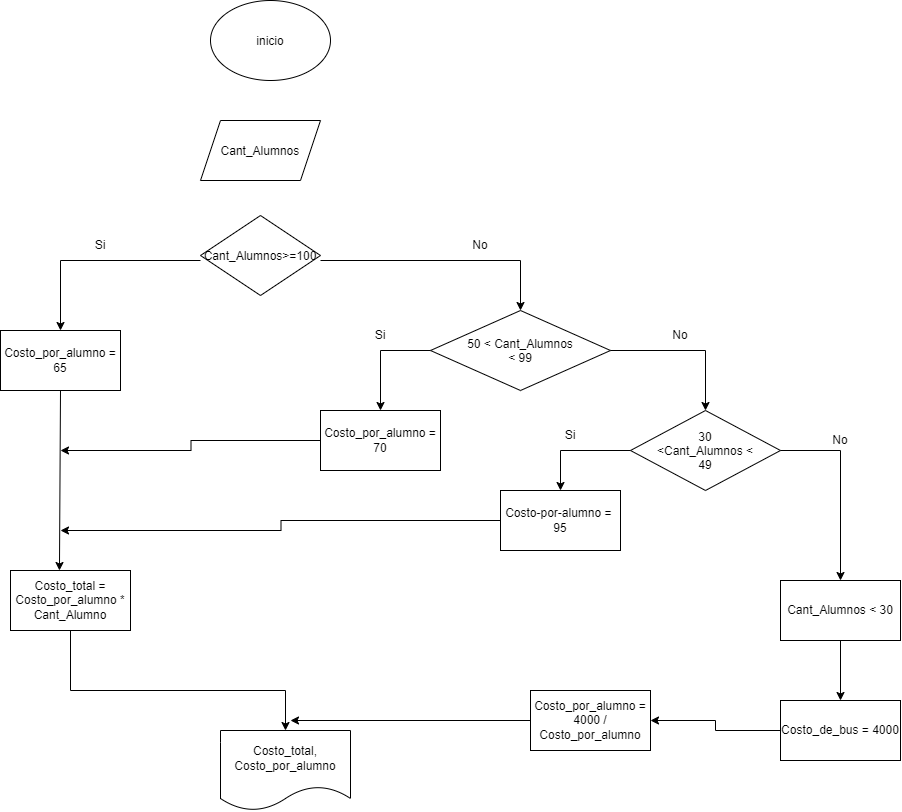
Above: Diagramadeestudiantes.png in Sofia2412-svg/IsabelSofiaRojasGeney_Unidad2 (draw.io), before the change. Source tidied: cells renumbered, new cells last; positions are measured from the earlier drawing's top-left corner, leaving out a move shared by most shapes. The source it was exported from:
```xml
<mxGraphModel>
  <root>
    <mxCell id="0" />
    <mxCell id="1" parent="0" />
    <mxCell id="2" value="inicio" style="ellipse;whiteSpace=wrap;html=1;shapeInside=1;" parent="1" vertex="1">
      <mxGeometry x="210" width="120" height="80" as="geometry" />
    </mxCell>
    <mxCell id="3" value="Cant_Alumnos" style="shape=parallelogram;perimeter=parallelogramPerimeter;whiteSpace=wrap;html=1;shapeInside=1;fixedSize=1;" parent="1" vertex="1">
      <mxGeometry x="200" y="120" width="120" height="60" as="geometry" />
    </mxCell>
    <mxCell id="4" value="Cant_Alumnos&amp;gt;=100" style="rhombus;whiteSpace=wrap;html=1;shapeInside=1;" parent="1" vertex="1">
      <mxGeometry x="200" y="215" width="120" height="80" as="geometry" />
    </mxCell>
    <mxCell id="5" value="Si" style="text;html=1;whiteSpace=wrap;strokeColor=none;fillColor=none;align=center;verticalAlign=middle;rounded=0;" parent="1" vertex="1">
      <mxGeometry x="70" y="230" width="60" height="30" as="geometry" />
    </mxCell>
    <mxCell id="6" value="No" style="text;html=1;whiteSpace=wrap;strokeColor=none;fillColor=none;align=center;verticalAlign=middle;rounded=0;" parent="1" vertex="1">
      <mxGeometry x="450" y="230" width="60" height="30" as="geometry" />
    </mxCell>
    <mxCell id="7" value="Costo_por_alumno = 65" style="rounded=0;whiteSpace=wrap;html=1;" parent="1" vertex="1">
      <mxGeometry y="330" width="120" height="60" as="geometry" />
    </mxCell>
    <mxCell id="8" value="50 &amp;lt; Cant_Alumnos &amp;lt; 99" style="rhombus;whiteSpace=wrap;html=1;shapeInside=1;" parent="1" vertex="1">
      <mxGeometry x="430" y="310" width="180" height="80" as="geometry" />
    </mxCell>
    <mxCell id="9" style="edgeStyle=orthogonalEdgeStyle;rounded=0;jettySize=auto;html=1;" parent="1" edge="1" source="10">
      <mxGeometry relative="1" as="geometry">
        <mxPoint x="60" y="450" as="targetPoint" />
      </mxGeometry>
    </mxCell>
    <mxCell id="10" value="Costo_por_alumno = 70" style="rounded=0;whiteSpace=wrap;html=1;" parent="1" vertex="1">
      <mxGeometry x="320" y="410" width="120" height="60" as="geometry" />
    </mxCell>
    <mxCell id="11" value="Si" style="text;html=1;whiteSpace=wrap;strokeColor=none;fillColor=none;align=center;verticalAlign=middle;rounded=0;" parent="1" vertex="1">
      <mxGeometry x="350" y="320" width="60" height="30" as="geometry" />
    </mxCell>
    <mxCell id="12" value="No" style="text;html=1;whiteSpace=wrap;strokeColor=none;fillColor=none;align=center;verticalAlign=middle;rounded=0;" parent="1" vertex="1">
      <mxGeometry x="650" y="320" width="60" height="30" as="geometry" />
    </mxCell>
    <mxCell id="13" value="30 &amp;lt;Cant_Alumnos &amp;lt; 49" style="rhombus;whiteSpace=wrap;html=1;shapeInside=1;" parent="1" vertex="1">
      <mxGeometry x="630" y="410" width="150" height="80" as="geometry" />
    </mxCell>
    <mxCell id="14" style="edgeStyle=orthogonalEdgeStyle;rounded=0;jettySize=auto;html=1;" parent="1" edge="1" source="15">
      <mxGeometry relative="1" as="geometry">
        <mxPoint x="60" y="530" as="targetPoint" />
      </mxGeometry>
    </mxCell>
    <mxCell id="15" value="Costo-por-alumno =&amp;nbsp; 95" style="rounded=0;whiteSpace=wrap;html=1;" parent="1" vertex="1">
      <mxGeometry x="500" y="490" width="120" height="60" as="geometry" />
    </mxCell>
    <mxCell id="16" value="Si" style="text;html=1;whiteSpace=wrap;strokeColor=none;fillColor=none;align=center;verticalAlign=middle;rounded=0;" parent="1" vertex="1">
      <mxGeometry x="540" y="420" width="60" height="30" as="geometry" />
    </mxCell>
    <mxCell id="17" value="No" style="text;html=1;whiteSpace=wrap;strokeColor=none;fillColor=none;align=center;verticalAlign=middle;rounded=0;" parent="1" vertex="1">
      <mxGeometry x="810" y="425" width="60" height="30" as="geometry" />
    </mxCell>
    <mxCell id="18" style="edgeStyle=orthogonalEdgeStyle;rounded=0;jettySize=auto;html=1;" parent="1" edge="1" source="19" target="21">
      <mxGeometry relative="1" as="geometry" />
    </mxCell>
    <mxCell id="19" value="Cant_Alumnos &amp;lt; 30" style="rounded=0;whiteSpace=wrap;html=1;" parent="1" vertex="1">
      <mxGeometry x="780" y="580" width="120" height="60" as="geometry" />
    </mxCell>
    <mxCell id="20" style="edgeStyle=orthogonalEdgeStyle;rounded=0;jettySize=auto;html=1;entryX=1;entryY=0.5;entryDx=0;entryDy=0;" parent="1" edge="1" source="21" target="33">
      <mxGeometry relative="1" as="geometry" />
    </mxCell>
    <mxCell id="21" value="Costo_de_bus = 4000" style="rounded=0;whiteSpace=wrap;html=1;" parent="1" vertex="1">
      <mxGeometry x="780" y="700" width="120" height="60" as="geometry" />
    </mxCell>
    <mxCell id="22" value="Costo_total = Costo_por_alumno * Cant_Alumno" style="rounded=0;whiteSpace=wrap;html=1;" parent="1" vertex="1">
      <mxGeometry x="10" y="570" width="120" height="60" as="geometry" />
    </mxCell>
    <mxCell id="23" style="endArrow=classic;html=1;rounded=0;entryX=0.5;entryY=0;entryDx=0;entryDy=0;" parent="1" edge="1" target="7">
      <mxGeometry relative="1" as="geometry">
        <mxPoint x="200" y="260" as="sourcePoint" />
        <Array as="points">
          <mxPoint x="60" y="260" />
        </Array>
      </mxGeometry>
    </mxCell>
    <mxCell id="24" style="endArrow=classic;html=1;rounded=0;entryX=0.5;entryY=0;entryDx=0;entryDy=0;" parent="1" edge="1" target="8">
      <mxGeometry relative="1" as="geometry">
        <mxPoint x="320" y="260" as="sourcePoint" />
        <Array as="points">
          <mxPoint x="520" y="260" />
        </Array>
      </mxGeometry>
    </mxCell>
    <mxCell id="25" style="endArrow=classic;html=1;rounded=0;entryX=0.5;entryY=0;entryDx=0;entryDy=0;" parent="1" edge="1" target="10">
      <mxGeometry relative="1" as="geometry">
        <mxPoint x="430" y="350" as="sourcePoint" />
        <Array as="points">
          <mxPoint x="380" y="350" />
        </Array>
      </mxGeometry>
    </mxCell>
    <mxCell id="26" style="endArrow=classic;html=1;rounded=0;entryX=0.5;entryY=0;entryDx=0;entryDy=0;" parent="1" edge="1" target="13">
      <mxGeometry relative="1" as="geometry">
        <mxPoint x="610" y="350" as="sourcePoint" />
        <Array as="points">
          <mxPoint x="705" y="350" />
        </Array>
      </mxGeometry>
    </mxCell>
    <mxCell id="27" style="endArrow=classic;html=1;rounded=0;entryX=0.5;entryY=0;entryDx=0;entryDy=0;" parent="1" edge="1" target="15">
      <mxGeometry relative="1" as="geometry">
        <mxPoint x="630" y="450" as="sourcePoint" />
        <Array as="points">
          <mxPoint x="560" y="450" />
        </Array>
      </mxGeometry>
    </mxCell>
    <mxCell id="28" style="endArrow=classic;html=1;rounded=0;entryX=0.5;entryY=0;entryDx=0;entryDy=0;" parent="1" edge="1" target="19">
      <mxGeometry relative="1" as="geometry">
        <mxPoint x="780" y="450" as="sourcePoint" />
        <Array as="points">
          <mxPoint x="840" y="450" />
        </Array>
      </mxGeometry>
    </mxCell>
    <mxCell id="29" style="endArrow=classic;html=1;rounded=0;entryX=0.408;entryY=0;entryDx=0;entryDy=0;entryPerimeter=0;" parent="1" edge="1" target="22">
      <mxGeometry relative="1" as="geometry">
        <mxPoint x="60" y="390" as="sourcePoint" />
      </mxGeometry>
    </mxCell>
    <mxCell id="30" value="Costo_total, Costo_por_alumno" style="shape=document;whiteSpace=wrap;html=1;boundedLbl=1;" parent="1" vertex="1">
      <mxGeometry x="220" y="730" width="130" height="80" as="geometry" />
    </mxCell>
    <mxCell id="31" style="endArrow=classic;html=1;rounded=0;entryX=0.5;entryY=0;entryDx=0;entryDy=0;" parent="1" edge="1" target="30">
      <mxGeometry relative="1" as="geometry">
        <mxPoint x="70" y="630" as="sourcePoint" />
        <Array as="points">
          <mxPoint x="70" y="690" />
          <mxPoint x="285" y="690" />
        </Array>
      </mxGeometry>
    </mxCell>
    <mxCell id="32" style="edgeStyle=orthogonalEdgeStyle;rounded=0;jettySize=auto;html=1;" parent="1" edge="1" source="33">
      <mxGeometry relative="1" as="geometry">
        <mxPoint x="290" y="720" as="targetPoint" />
      </mxGeometry>
    </mxCell>
    <mxCell id="33" value="Costo_por_alumno = 4000 / Costo_por_alumno" style="rounded=0;whiteSpace=wrap;html=1;" parent="1" vertex="1">
      <mxGeometry x="530" y="690" width="120" height="60" as="geometry" />
    </mxCell>
  </root>
</mxGraphModel>
```
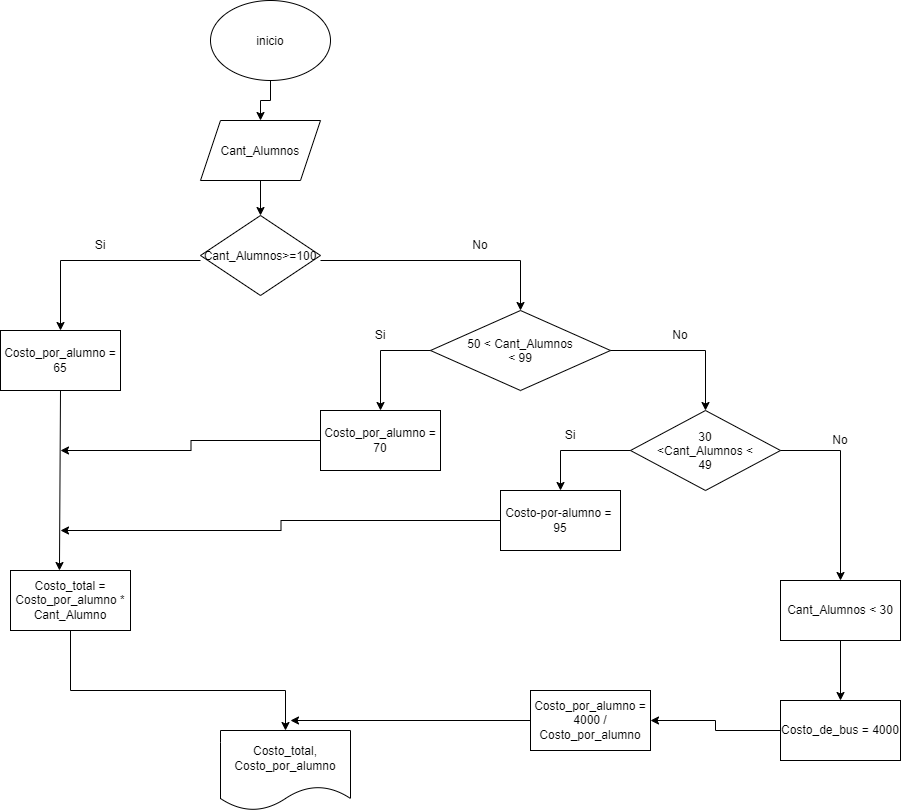
The same file after the commit.

The edit, as a diff of the source:
```diff
@@ -2,9 +2,15 @@
   <root>
     <mxCell id="0" />
     <mxCell id="1" parent="0" />
+    <mxCell id="34" style="edgeStyle=orthogonalEdgeStyle;rounded=0;jettySize=auto;html=1;" parent="1" edge="1" source="2" target="3">
+      <mxGeometry relative="1" as="geometry" />
+    </mxCell>
     <mxCell id="2" value="inicio" style="ellipse;whiteSpace=wrap;html=1;shapeInside=1;" parent="1" vertex="1">
       <mxGeometry x="210" width="120" height="80" as="geometry" />
     </mxCell>
+    <mxCell id="35" style="edgeStyle=orthogonalEdgeStyle;rounded=0;jettySize=auto;html=1;" parent="1" edge="1" source="3" target="4">
+      <mxGeometry relative="1" as="geometry" />
+    </mxCell>
     <mxCell id="3" value="Cant_Alumnos" style="shape=parallelogram;perimeter=parallelogramPerimeter;whiteSpace=wrap;html=1;shapeInside=1;fixedSize=1;" parent="1" vertex="1">
       <mxGeometry x="200" y="120" width="120" height="60" as="geometry" />
     </mxCell>
```
